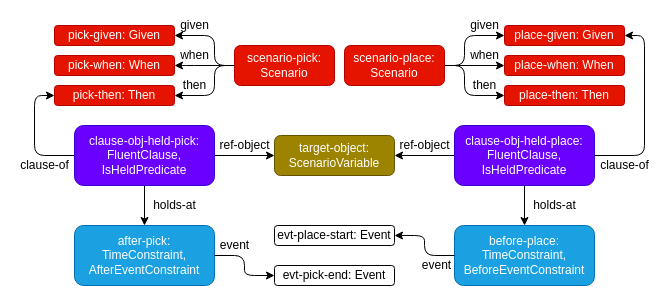
Above: page "template with 2 isHeld" (2 of 6) of bdd-example-pickplace.drawio in minhnh/drawio-diagrams (draw.io), before the change. Source tidied: cells renumbered, new cells numbered last; positions are measured from the earlier drawing's top-left corner, leaving out a move shared by most shapes. Both pictures are drawn from the tidied source at 100%, with x=0, y=0 at pixel (34, 25).
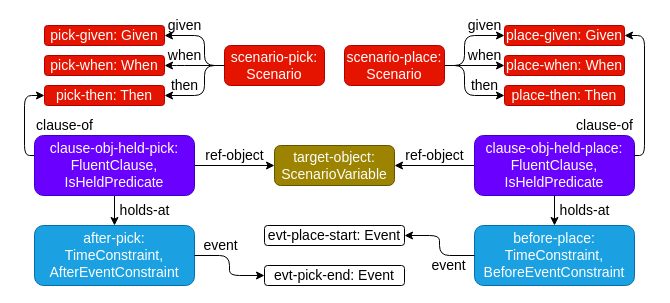
The same page after the edit.

Commit message:
increase font size pickplace ex fig

Diff of the diagram source:
```diff
@@
-    <mxCell id="2" value="holds-at" style="edgeStyle=orthogonalEdgeStyle;shape=connector;rounded=1;jettySize=auto;html=1;labelBackgroundColor=default;strokeColor=default;align=center;verticalAlign=middle;fontFamily=Helvetica;fontSize=12;fontColor=default;endArrow=classic;" parent="1" edge="1" source="5" target="6">
+    <mxCell id="2" value="holds-at" style="edgeStyle=orthogonalEdgeStyle;shape=connector;rounded=1;jettySize=auto;html=1;labelBackgroundColor=default;strokeColor=default;align=center;verticalAlign=middle;fontFamily=Helvetica;fontSize=14;fontColor=default;endArrow=classic;" parent="1" edge="1" source="5" target="6">
       <mxGeometry y="30" relative="1" as="geometry">
         <Array as="points">
           <mxPoint x="80" y="240" />
           <mxPoint x="80" y="240" />
         </Array>
       </mxGeometry>
     </mxCell>
-    <mxCell id="3" value="clause-of" style="edgeStyle=orthogonalEdgeStyle;shape=connector;rounded=1;jettySize=auto;html=1;labelBackgroundColor=default;strokeColor=default;align=center;verticalAlign=middle;fontFamily=Helvetica;fontSize=12;fontColor=default;endArrow=classic;" parent="1" edge="1" source="5" target="10">
-      <mxGeometry x="-0.5" y="10" relative="1" as="geometry">
+    <mxCell id="3" value="clause-of" style="edgeStyle=orthogonalEdgeStyle;shape=connector;rounded=1;jettySize=auto;html=1;labelBackgroundColor=default;strokeColor=default;align=center;verticalAlign=middle;fontFamily=Helvetica;fontSize=14;fontColor=default;endArrow=classic;" parent="1" edge="1" source="5" target="10">
+      <mxGeometry x="1" y="-36" relative="1" as="geometry">
         <Array as="points">
-          <mxPoint y="130" />
-          <mxPoint y="70" />
+          <mxPoint x="-10" y="130" />
+          <mxPoint x="-10" y="70" />
         </Array>
+        <mxPoint x="20" y="-6" as="offset" />
       </mxGeometry>
     </mxCell>
-    <mxCell id="4" value="ref-object" style="edgeStyle=orthogonalEdgeStyle;shape=connector;rounded=1;jettySize=auto;html=1;labelBackgroundColor=none;strokeColor=default;align=center;verticalAlign=middle;fontFamily=Helvetica;fontSize=12;fontColor=default;endArrow=classic;" parent="1" edge="1" source="5" target="24">
+    <mxCell id="4" value="ref-object" style="edgeStyle=orthogonalEdgeStyle;shape=connector;rounded=1;jettySize=auto;html=1;labelBackgroundColor=none;strokeColor=default;align=center;verticalAlign=middle;fontFamily=Helvetica;fontSize=14;fontColor=default;endArrow=classic;" parent="1" edge="1" source="5" target="24">
       <mxGeometry y="10" relative="1" as="geometry" />
     </mxCell>
-    <mxCell id="5" value="clause-obj-held-pick: FluentClause,&lt;br&gt;IsHeldPredicate" style="rounded=1;whiteSpace=wrap;html=1;fillColor=#6a00ff;strokeColor=#3700CC;fontSize=12;labelBackgroundColor=none;fontColor=#ffffff;" parent="1" vertex="1">
-      <mxGeometry x="40" y="100" width="140" height="60" as="geometry" />
+    <mxCell id="5" value="clause-obj-held-pick: FluentClause,&lt;br&gt;IsHeldPredicate" style="rounded=1;whiteSpace=wrap;html=1;fillColor=#6a00ff;strokeColor=#3700CC;fontSize=14;labelBackgroundColor=none;fontColor=#ffffff;" parent="1" vertex="1">
+      <mxGeometry y="110" width="160" height="60" as="geometry" />
     </mxCell>
-    <mxCell id="6" value="after-pick: TimeConstraint,&lt;br&gt;AfterEventConstraint" style="rounded=1;whiteSpace=wrap;html=1;fillColor=#1ba1e2;strokeColor=#006EAF;fontSize=12;labelBackgroundColor=none;fontColor=#ffffff;" parent="1" vertex="1">
-      <mxGeometry x="40" y="200" width="140" height="60" as="geometry" />
+    <mxCell id="6" value="after-pick: TimeConstraint,&lt;br&gt;AfterEventConstraint" style="rounded=1;whiteSpace=wrap;html=1;fillColor=#1ba1e2;strokeColor=#006EAF;fontSize=14;labelBackgroundColor=none;fontColor=#ffffff;" parent="1" vertex="1">
+      <mxGeometry y="200" width="160" height="60" as="geometry" />
     </mxCell>
-    <mxCell id="7" value="then" style="edgeStyle=orthogonalEdgeStyle;shape=connector;rounded=1;jettySize=auto;html=1;labelBackgroundColor=none;strokeColor=default;align=center;verticalAlign=middle;fontFamily=Helvetica;fontSize=12;fontColor=default;endArrow=classic;" parent="1" edge="1" source="9" target="10">
+    <mxCell id="7" value="then" style="edgeStyle=orthogonalEdgeStyle;shape=connector;rounded=1;jettySize=auto;html=1;labelBackgroundColor=none;strokeColor=default;align=center;verticalAlign=middle;fontFamily=Helvetica;fontSize=14;fontColor=default;endArrow=classic;" parent="1" edge="1" source="9" target="10">
       <mxGeometry x="0.56" y="-10" relative="1" as="geometry">
         <Array as="points">
-          <mxPoint x="180" y="40" />
-          <mxPoint x="180" y="70" />
+          <mxPoint x="170" y="40" />
+          <mxPoint x="170" y="70" />
         </Array>
       </mxGeometry>
     </mxCell>
-    <mxCell id="8" value="when" style="edgeStyle=orthogonalEdgeStyle;shape=connector;rounded=1;jettySize=auto;html=1;labelBackgroundColor=none;strokeColor=default;align=center;verticalAlign=middle;fontFamily=Helvetica;fontSize=12;fontColor=default;endArrow=classic;" parent="1" edge="1" source="9" target="21">
+    <mxCell id="8" value="when" style="edgeStyle=orthogonalEdgeStyle;shape=connector;rounded=1;jettySize=auto;html=1;labelBackgroundColor=none;strokeColor=default;align=center;verticalAlign=middle;fontFamily=Helvetica;fontSize=14;fontColor=default;endArrow=classic;" parent="1" edge="1" source="9" target="21">
       <mxGeometry x="0.33" y="-10" relative="1" as="geometry">
         <Array as="points">
-          <mxPoint x="150" y="40" />
-          <mxPoint x="150" y="40" />
+          <mxPoint x="140" y="40" />
+          <mxPoint x="140" y="40" />
         </Array>
       </mxGeometry>
     </mxCell>
-    <mxCell id="9" value="scenario-pick: Scenario" style="rounded=1;whiteSpace=wrap;html=1;fillColor=#e51400;strokeColor=#B20000;fontSize=12;labelBackgroundColor=none;fontColor=#ffffff;" parent="1" vertex="1">
-      <mxGeometry x="200" y="20" width="100" height="40" as="geometry" />
+    <mxCell id="9" value="scenario-pick: Scenario" style="rounded=1;whiteSpace=wrap;html=1;fillColor=#e51400;strokeColor=#B20000;fontSize=14;labelBackgroundColor=none;fontColor=#ffffff;" parent="1" vertex="1">
+      <mxGeometry x="190" y="20" width="100" height="40" as="geometry" />
     </mxCell>
-    <mxCell id="10" value="pick-then: Then" style="rounded=1;whiteSpace=wrap;html=1;fillColor=#e51400;strokeColor=#B20000;fontSize=12;labelBackgroundColor=none;fontColor=#ffffff;" parent="1" vertex="1">
-      <mxGeometry x="20" y="60" width="120" height="20" as="geometry" />
+    <mxCell id="10" value="pick-then: Then" style="rounded=1;whiteSpace=wrap;html=1;fillColor=#e51400;strokeColor=#B20000;fontSize=14;labelBackgroundColor=none;fontColor=#ffffff;" parent="1" vertex="1">
+      <mxGeometry x="10" y="60" width="120" height="20" as="geometry" />
     </mxCell>
-    <mxCell id="11" value="ref-object" style="edgeStyle=orthogonalEdgeStyle;shape=connector;rounded=1;jettySize=auto;html=1;labelBackgroundColor=none;strokeColor=default;align=center;verticalAlign=middle;fontFamily=Helvetica;fontSize=12;fontColor=default;endArrow=classic;" parent="1" edge="1" source="12" target="24">
+    <mxCell id="11" value="ref-object" style="edgeStyle=orthogonalEdgeStyle;shape=connector;rounded=1;jettySize=auto;html=1;labelBackgroundColor=none;strokeColor=default;align=center;verticalAlign=middle;fontFamily=Helvetica;fontSize=14;fontColor=default;endArrow=classic;" parent="1" edge="1" source="12" target="24">
       <mxGeometry y="-10" relative="1" as="geometry" />
     </mxCell>
-    <mxCell id="12" value="clause-obj-held-place: FluentClause,&lt;br&gt;IsHeldPredicate" style="rounded=1;whiteSpace=wrap;html=1;fillColor=#6a00ff;strokeColor=#3700CC;fontSize=12;labelBackgroundColor=none;fontColor=#ffffff;" parent="1" vertex="1">
-      <mxGeometry x="420" y="100" width="140" height="60" as="geometry" />
+    <mxCell id="12" value="clause-obj-held-place: FluentClause,&lt;br&gt;IsHeldPredicate" style="rounded=1;whiteSpace=wrap;html=1;fillColor=#6a00ff;strokeColor=#3700CC;fontSize=14;labelBackgroundColor=none;fontColor=#ffffff;" parent="1" vertex="1">
+      <mxGeometry x="440" y="110" width="160" height="60" as="geometry" />
     </mxCell>
-    <mxCell id="13" value="before-place: TimeConstraint,&lt;br&gt;BeforeEventConstraint" style="rounded=1;whiteSpace=wrap;html=1;fillColor=#1ba1e2;strokeColor=#006EAF;fontSize=12;labelBackgroundColor=none;fontColor=#ffffff;" parent="1" vertex="1">
-      <mxGeometry x="420" y="200" width="140" height="60" as="geometry" />
+    <mxCell id="13" value="before-place: TimeConstraint,&lt;br&gt;BeforeEventConstraint" style="rounded=1;whiteSpace=wrap;html=1;fillColor=#1ba1e2;strokeColor=#006EAF;fontSize=14;labelBackgroundColor=none;fontColor=#ffffff;" parent="1" vertex="1">
+      <mxGeometry x="440" y="200" width="160" height="60" as="geometry" />
     </mxCell>
-    <mxCell id="14" value="holds-at" style="edgeStyle=orthogonalEdgeStyle;shape=connector;rounded=1;jettySize=auto;html=1;labelBackgroundColor=default;strokeColor=default;align=center;verticalAlign=middle;fontFamily=Helvetica;fontSize=12;fontColor=default;endArrow=classic;" parent="1" edge="1" source="12" target="13">
+    <mxCell id="14" value="holds-at" style="edgeStyle=orthogonalEdgeStyle;shape=connector;rounded=1;jettySize=auto;html=1;labelBackgroundColor=default;strokeColor=default;align=center;verticalAlign=middle;fontFamily=Helvetica;fontSize=14;fontColor=default;endArrow=classic;" parent="1" edge="1" source="12" target="13">
       <mxGeometry y="30" relative="1" as="geometry">
         <Array as="points">
           <mxPoint x="460" y="240" />
           <mxPoint x="460" y="240" />
         </Array>
       </mxGeometry>
     </mxCell>
-    <mxCell id="15" value="given" style="edgeStyle=orthogonalEdgeStyle;shape=connector;rounded=1;jettySize=auto;html=1;labelBackgroundColor=none;strokeColor=default;align=center;verticalAlign=middle;fontFamily=Helvetica;fontSize=12;fontColor=default;endArrow=classic;" parent="1" edge="1" source="18" target="19">
+    <mxCell id="15" value="given" style="edgeStyle=orthogonalEdgeStyle;shape=connector;rounded=1;jettySize=auto;html=1;labelBackgroundColor=none;strokeColor=default;align=center;verticalAlign=middle;fontFamily=Helvetica;fontSize=14;fontColor=default;endArrow=classic;" parent="1" edge="1" source="18" target="19">
       <mxGeometry x="0.56" y="10" relative="1" as="geometry">
         <Array as="points">
           <mxPoint x="430" y="40" />
           <mxPoint x="430" y="10" />
         </Array>
       </mxGeometry>
     </mxCell>
-    <mxCell id="16" value="when" style="edgeStyle=orthogonalEdgeStyle;shape=connector;rounded=1;jettySize=auto;html=1;labelBackgroundColor=none;strokeColor=default;align=center;verticalAlign=middle;fontFamily=Helvetica;fontSize=12;fontColor=default;endArrow=classic;" parent="1" edge="1" source="18" target="25">
+    <mxCell id="16" value="when" style="edgeStyle=orthogonalEdgeStyle;shape=connector;rounded=1;jettySize=auto;html=1;labelBackgroundColor=none;strokeColor=default;align=center;verticalAlign=middle;fontFamily=Helvetica;fontSize=14;fontColor=default;endArrow=classic;" parent="1" edge="1" source="18" target="25">
       <mxGeometry x="0.33" y="10" relative="1" as="geometry" />
     </mxCell>
-    <mxCell id="17" value="then" style="edgeStyle=orthogonalEdgeStyle;shape=connector;rounded=1;jettySize=auto;html=1;labelBackgroundColor=none;strokeColor=default;align=center;verticalAlign=middle;fontFamily=Helvetica;fontSize=12;fontColor=default;endArrow=classic;" parent="1" edge="1" source="18" target="26">
+    <mxCell id="17" value="then" style="edgeStyle=orthogonalEdgeStyle;shape=connector;rounded=1;jettySize=auto;html=1;labelBackgroundColor=none;strokeColor=default;align=center;verticalAlign=middle;fontFamily=Helvetica;fontSize=14;fontColor=default;endArrow=classic;" parent="1" edge="1" source="18" target="26">
       <mxGeometry x="0.56" y="10" relative="1" as="geometry">
         <Array as="points">
           <mxPoint x="430" y="40" />
           <mxPoint x="430" y="70" />
         </Array>
       </mxGeometry>
     </mxCell>
-    <mxCell id="18" value="scenario-place: Scenario" style="rounded=1;whiteSpace=wrap;html=1;fillColor=#e51400;strokeColor=#B20000;fontSize=12;labelBackgroundColor=none;fontColor=#ffffff;" parent="1" vertex="1">
+    <mxCell id="18" value="scenario-place: Scenario" style="rounded=1;whiteSpace=wrap;html=1;fillColor=#e51400;strokeColor=#B20000;fontSize=14;labelBackgroundColor=none;fontColor=#ffffff;" parent="1" vertex="1">
       <mxGeometry x="310" y="20" width="100" height="40" as="geometry" />
     </mxCell>
-    <mxCell id="19" value="place-given: Given" style="rounded=1;whiteSpace=wrap;html=1;fillColor=#e51400;strokeColor=#B20000;fontSize=12;labelBackgroundColor=none;fontColor=#ffffff;" parent="1" vertex="1">
+    <mxCell id="19" value="place-given: Given" style="rounded=1;whiteSpace=wrap;html=1;fillColor=#e51400;strokeColor=#B20000;fontSize=14;labelBackgroundColor=none;fontColor=#ffffff;" parent="1" vertex="1">
       <mxGeometry x="470" width="120" height="20" as="geometry" />
     </mxCell>
-    <mxCell id="20" value="pick-given: Given" style="rounded=1;whiteSpace=wrap;html=1;fillColor=#e51400;strokeColor=#B20000;fontSize=12;labelBackgroundColor=none;fontColor=#ffffff;" parent="1" vertex="1">
-      <mxGeometry x="20" width="120" height="20" as="geometry" />
+    <mxCell id="20" value="pick-given: Given" style="rounded=1;whiteSpace=wrap;html=1;fillColor=#e51400;strokeColor=#B20000;fontSize=14;labelBackgroundColor=none;fontColor=#ffffff;" parent="1" vertex="1">
+      <mxGeometry x="10" width="120" height="20" as="geometry" />
     </mxCell>
-    <mxCell id="21" value="pick-when: When" style="rounded=1;whiteSpace=wrap;html=1;fillColor=#e51400;strokeColor=#B20000;fontSize=12;labelBackgroundColor=none;fontColor=#ffffff;" parent="1" vertex="1">
-      <mxGeometry x="20" y="30" width="120" height="20" as="geometry" />
+    <mxCell id="21" value="pick-when: When" style="rounded=1;whiteSpace=wrap;html=1;fillColor=#e51400;strokeColor=#B20000;fontSize=14;labelBackgroundColor=none;fontColor=#ffffff;" parent="1" vertex="1">
+      <mxGeometry x="10" y="30" width="120" height="20" as="geometry" />
     </mxCell>
-    <mxCell id="22" value="clause-of" style="edgeStyle=orthogonalEdgeStyle;shape=connector;rounded=1;jettySize=auto;html=1;labelBackgroundColor=none;strokeColor=default;align=center;verticalAlign=middle;fontFamily=Helvetica;fontSize=12;fontColor=default;endArrow=classic;" parent="1" edge="1" source="12" target="19">
-      <mxGeometry x="-0.68" y="-10" relative="1" as="geometry">
+    <mxCell id="22" value="clause-of" style="edgeStyle=orthogonalEdgeStyle;shape=connector;rounded=1;jettySize=auto;html=1;labelBackgroundColor=none;strokeColor=default;align=center;verticalAlign=middle;fontFamily=Helvetica;fontSize=14;fontColor=default;endArrow=classic;" parent="1" edge="1" source="12" target="19">
+      <mxGeometry x="-0.47" y="40" relative="1" as="geometry">
         <Array as="points">
           <mxPoint x="610" y="130" />
           <mxPoint x="610" y="10" />
         </Array>
       </mxGeometry>
     </mxCell>
-    <mxCell id="23" value="given" style="edgeStyle=orthogonalEdgeStyle;shape=connector;rounded=1;jettySize=auto;html=1;labelBackgroundColor=none;strokeColor=default;align=center;verticalAlign=middle;fontFamily=Helvetica;fontSize=12;fontColor=default;endArrow=classic;" parent="1" edge="1" source="9" target="20">
+    <mxCell id="23" value="given" style="edgeStyle=orthogonalEdgeStyle;shape=connector;rounded=1;jettySize=auto;html=1;labelBackgroundColor=none;strokeColor=default;align=center;verticalAlign=middle;fontFamily=Helvetica;fontSize=14;fontColor=default;endArrow=classic;" parent="1" edge="1" source="9" target="20">
       <mxGeometry x="0.56" y="-10" relative="1" as="geometry">
         <Array as="points">
-          <mxPoint x="180" y="40" />
-          <mxPoint x="180" y="10" />
+          <mxPoint x="170" y="40" />
+          <mxPoint x="170" y="10" />
         </Array>
       </mxGeometry>
     </mxCell>
-    <mxCell id="24" value="target-object: ScenarioVariable" style="rounded=1;whiteSpace=wrap;html=1;fillColor=#9C8300;strokeColor=#635300;fontSize=12;labelBackgroundColor=none;fontColor=#ffffff;" parent="1" vertex="1">
-      <mxGeometry x="240" y="110" width="120" height="40" as="geometry" />
+    <mxCell id="24" value="target-object: ScenarioVariable" style="rounded=1;whiteSpace=wrap;html=1;fillColor=#9C8300;strokeColor=#635300;fontSize=14;labelBackgroundColor=none;fontColor=#ffffff;" parent="1" vertex="1">
+      <mxGeometry x="240" y="120" width="120" height="40" as="geometry" />
     </mxCell>
-    <mxCell id="25" value="place-when: When" style="rounded=1;whiteSpace=wrap;html=1;fillColor=#e51400;strokeColor=#B20000;fontSize=12;labelBackgroundColor=none;fontColor=#ffffff;" parent="1" vertex="1">
+    <mxCell id="25" value="place-when: When" style="rounded=1;whiteSpace=wrap;html=1;fillColor=#e51400;strokeColor=#B20000;fontSize=14;labelBackgroundColor=none;fontColor=#ffffff;" parent="1" vertex="1">
       <mxGeometry x="470" y="30" width="120" height="20" as="geometry" />
     </mxCell>
-    <mxCell id="26" value="place-then: Then" style="rounded=1;whiteSpace=wrap;html=1;fillColor=#e51400;strokeColor=#B20000;fontSize=12;labelBackgroundColor=none;fontColor=#ffffff;" parent="1" vertex="1">
+    <mxCell id="26" value="place-then: Then" style="rounded=1;whiteSpace=wrap;html=1;fillColor=#e51400;strokeColor=#B20000;fontSize=14;labelBackgroundColor=none;fontColor=#ffffff;" parent="1" vertex="1">
       <mxGeometry x="470" y="60" width="120" height="20" as="geometry" />
     </mxCell>
-    <mxCell id="27" value="event" style="edgeStyle=orthogonalEdgeStyle;rounded=1;jettySize=auto;html=1;strokeColor=default;align=center;verticalAlign=middle;fontFamily=Helvetica;fontSize=12;fontColor=default;labelBackgroundColor=none;endArrow=classic;" parent="1" edge="1" source="6" target="29">
-      <mxGeometry x="-0.5" y="10" relative="1" as="geometry" />
+    <mxCell id="27" value="event" style="edgeStyle=orthogonalEdgeStyle;rounded=1;jettySize=auto;html=1;strokeColor=default;align=center;verticalAlign=middle;fontFamily=Helvetica;fontSize=14;fontColor=default;labelBackgroundColor=none;endArrow=classic;" parent="1" edge="1" source="6" target="29">
+      <mxGeometry x="-0.43" y="10" relative="1" as="geometry" />
     </mxCell>
-    <mxCell id="28" value="event" style="edgeStyle=orthogonalEdgeStyle;rounded=1;jettySize=auto;html=1;strokeColor=default;align=center;verticalAlign=middle;fontFamily=Helvetica;fontSize=12;fontColor=default;labelBackgroundColor=none;endArrow=classic;" parent="1" edge="1" source="13" target="30">
-      <mxGeometry x="-0.56" y="10" relative="1" as="geometry" />
+    <mxCell id="28" value="event" style="edgeStyle=orthogonalEdgeStyle;rounded=1;jettySize=auto;html=1;strokeColor=default;align=center;verticalAlign=middle;fontFamily=Helvetica;fontSize=14;fontColor=default;labelBackgroundColor=none;endArrow=classic;" parent="1" edge="1" source="13" target="30">
+      <mxGeometry x="-0.43" y="10" relative="1" as="geometry" />
     </mxCell>
-    <mxCell id="29" value="evt-pick-end: Event" style="rounded=1;whiteSpace=wrap;html=1;fontSize=12;labelBackgroundColor=none;" parent="1" vertex="1">
-      <mxGeometry x="240" y="240" width="120" height="20" as="geometry" />
+    <mxCell id="29" value="evt-pick-end: Event" style="rounded=1;whiteSpace=wrap;html=1;fontSize=14;labelBackgroundColor=none;" parent="1" vertex="1">
+      <mxGeometry x="230" y="240" width="140" height="20" as="geometry" />
     </mxCell>
-    <mxCell id="30" value="evt-place-start: Event" style="rounded=1;whiteSpace=wrap;html=1;fontSize=12;labelBackgroundColor=none;" parent="1" vertex="1">
-      <mxGeometry x="240" y="200" width="120" height="20" as="geometry" />
+    <mxCell id="30" value="evt-place-start: Event" style="rounded=1;whiteSpace=wrap;html=1;fontSize=14;labelBackgroundColor=none;" parent="1" vertex="1">
+      <mxGeometry x="230" y="200" width="140" height="20" as="geometry" />
     </mxCell>
```
